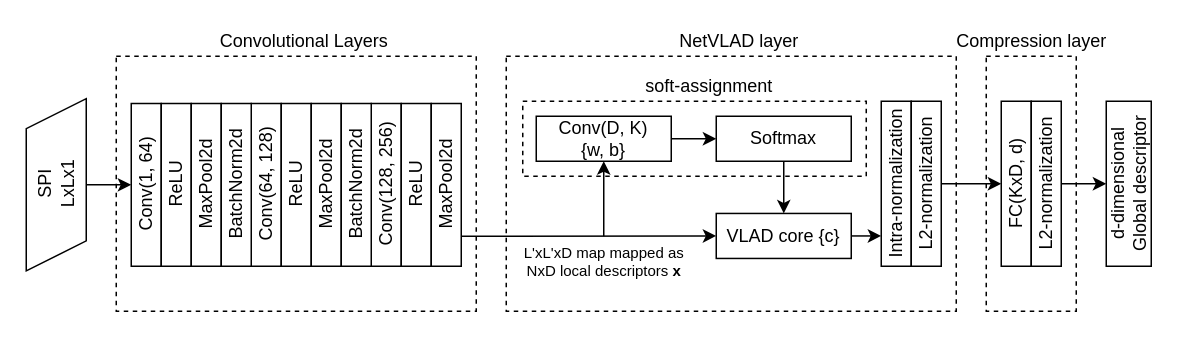
This is Untitled Diagram.drawio from li-yanhao/large-scale-pointcloud-matching, a draw.io file, before an edit. Source tidied: cells renumbered, new cells numbered last; positions are measured from the earlier drawing's top-left corner, leaving out a move shared by most shapes. Both pictures are drawn from the tidied source at 150%, with x=0, y=0 at pixel (26, 26).
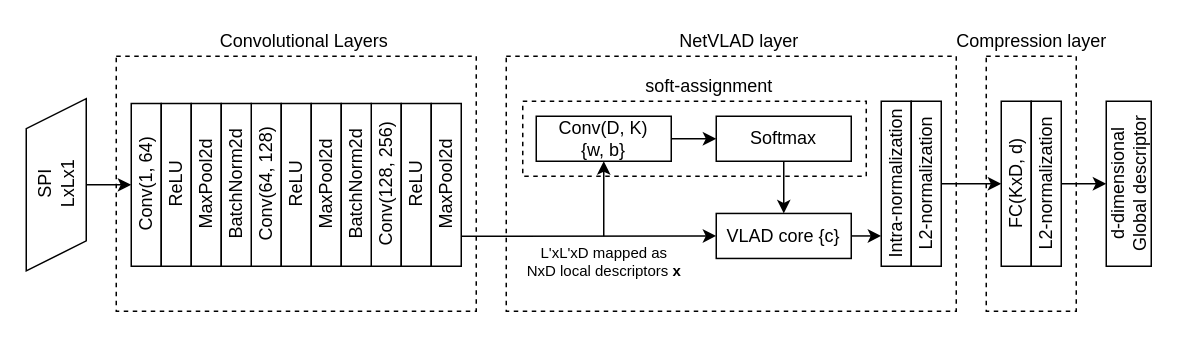
After the change.

Change to the diagram source:
```diff
@@
-    <mxCell id="29" value="L'xL'xD map mapped as &lt;br style=&quot;font-size: 10px&quot;&gt;NxD local descriptors &lt;b style=&quot;font-size: 10px&quot;&gt;x&lt;/b&gt;" style="text;html=1;align=center;verticalAlign=middle;fontColor=none;fontSize=10;" parent="1" vertex="1">
-      <mxGeometry x="325" y="142" width="120" height="30" as="geometry" />
+    <mxCell id="29" value="L'xL'xD mapped as &lt;br style=&quot;font-size: 10px&quot;&gt;NxD local descriptors &lt;b style=&quot;font-size: 10px&quot;&gt;x&lt;/b&gt;" style="text;html=1;align=center;verticalAlign=middle;fontColor=none;fontSize=10;" parent="1" vertex="1">
+      <mxGeometry x="315" y="142" width="140" height="30" as="geometry" />
     </mxCell>
```
